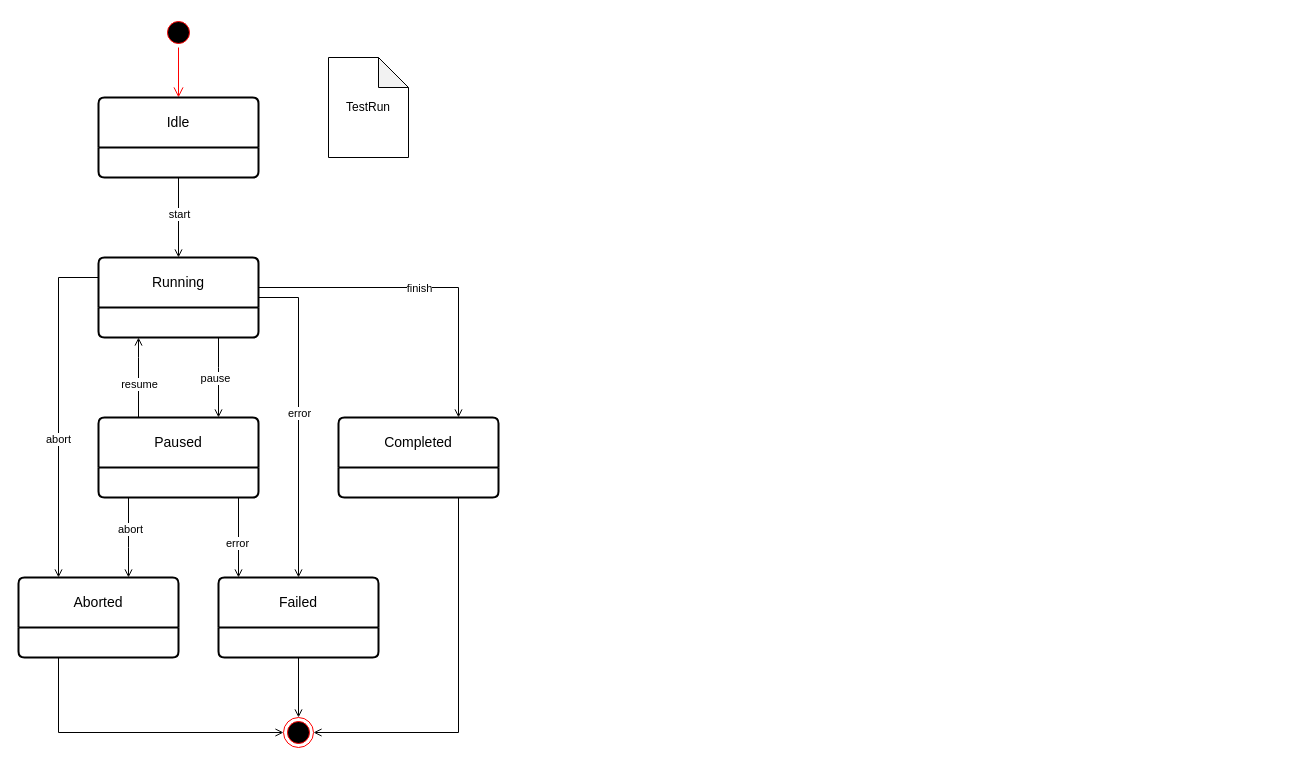
TarkWight/uas-test-system keeps this draw.io diagram as page "ДС" (3 of 3) of docs/diagrams/analytics-artifacts.drawio. Above is the earlier version. Source tidied: cells renumbered, new cells numbered last; positions are measured from the earlier drawing's top-left corner, leaving out a move shared by most shapes. Both pictures are drawn from the tidied source at 100%, with x=0, y=0 at pixel (18, 17).
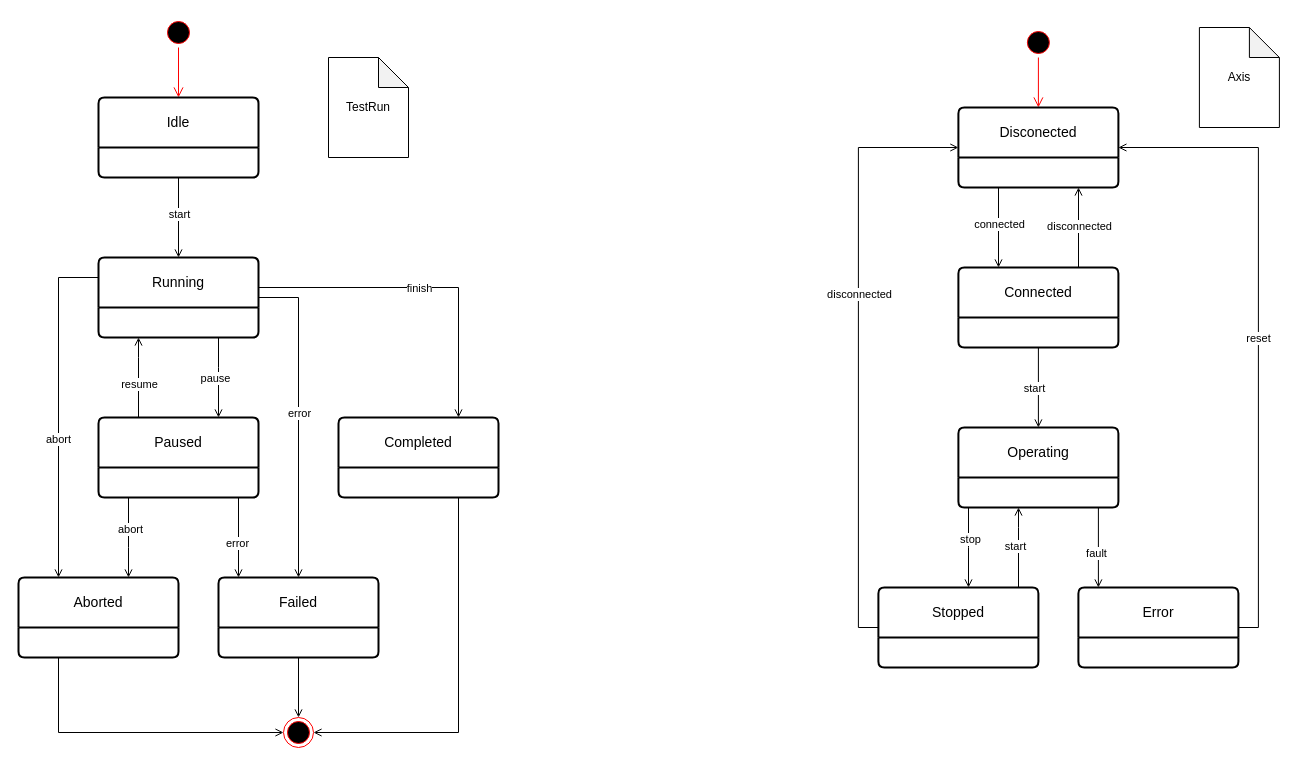
Above is the later version.

Commit message:
? update SD: add Axis statechart diagram implementation

What changed in the source:
```diff
@@
+    <mxCell id="31" style="ellipse;html=1;shape=startState;fillColor=#000000;strokeColor=#ff0000;" parent="1" vertex="1">
+      <mxGeometry x="1004.9" y="10" width="30" height="30" as="geometry" />
+    </mxCell>
+    <mxCell id="32" style="edgeStyle=orthogonalEdgeStyle;html=1;verticalAlign=bottom;endArrow=open;endSize=8;strokeColor=#ff0000;rounded=0;" parent="1" edge="1" source="31" target="35">
+      <mxGeometry relative="1" as="geometry" />
+    </mxCell>
+    <mxCell id="33" style="edgeStyle=orthogonalEdgeStyle;rounded=0;jettySize=auto;html=1;endArrow=open;endFill=0;" parent="1" edge="1" source="35" target="44">
+      <mxGeometry relative="1" as="geometry">
+        <Array as="points">
+          <mxPoint x="980" y="210" />
+          <mxPoint x="980" y="210" />
+        </Array>
+      </mxGeometry>
+    </mxCell>
+    <mxCell id="34" value="connected" style="edgeLabel;html=1;align=center;verticalAlign=middle;" parent="33" vertex="1">
+      <mxGeometry x="-0.1" relative="1" as="geometry" />
+    </mxCell>
+    <mxCell id="35" value="Disconected" style="swimlane;horizontal=1;startSize=50;rounded=1;fontSize=14;fontStyle=0;strokeWidth=2;shadow=0;dashed=0;align=center;arcSize=4;whiteSpace=wrap;html=1;" parent="1" vertex="1">
+      <mxGeometry x="939.9" y="90" width="160" height="80" as="geometry" />
+    </mxCell>
+    <mxCell id="36" style="edgeStyle=orthogonalEdgeStyle;rounded=0;jettySize=auto;html=1;endArrow=open;endFill=0;" parent="1" edge="1" source="44" target="49">
+      <mxGeometry relative="1" as="geometry">
+        <Array as="points">
+          <mxPoint x="1019.9" y="370" />
+          <mxPoint x="1019.9" y="370" />
+        </Array>
+      </mxGeometry>
+    </mxCell>
+    <mxCell id="37" value="start" style="edgeLabel;html=1;align=center;verticalAlign=middle;" parent="36" vertex="1">
+      <mxGeometry y="-4" relative="1" as="geometry" />
+    </mxCell>
+    <mxCell id="38" style="edgeStyle=orthogonalEdgeStyle;rounded=0;jettySize=auto;html=1;endArrow=open;endFill=0;" parent="1" edge="1" source="52" target="35">
+      <mxGeometry relative="1" as="geometry">
+        <Array as="points">
+          <mxPoint x="839.9" y="610" />
+          <mxPoint x="839.9" y="130" />
+        </Array>
+      </mxGeometry>
+    </mxCell>
+    <mxCell id="39" value="disconnected" style="edgeLabel;html=1;align=center;verticalAlign=middle;" parent="38" vertex="1">
+      <mxGeometry x="0.18" y="-1" relative="1" as="geometry" />
+    </mxCell>
+    <mxCell id="40" style="edgeStyle=orthogonalEdgeStyle;rounded=0;jettySize=auto;html=1;endArrow=open;endFill=0;" parent="1" edge="1" source="53" target="35">
+      <mxGeometry relative="1" as="geometry">
+        <Array as="points">
+          <mxPoint x="1239.9" y="610" />
+          <mxPoint x="1239.9" y="130" />
+        </Array>
+      </mxGeometry>
+    </mxCell>
+    <mxCell id="41" value="reset" style="edgeLabel;html=1;align=center;verticalAlign=middle;" parent="40" vertex="1">
+      <mxGeometry x="-0.03" relative="1" as="geometry" />
+    </mxCell>
+    <mxCell id="42" style="edgeStyle=orthogonalEdgeStyle;rounded=0;jettySize=auto;html=1;endArrow=open;endFill=0;" parent="1" edge="1" source="44" target="35">
+      <mxGeometry relative="1" as="geometry">
+        <Array as="points">
+          <mxPoint x="1060" y="210" />
+          <mxPoint x="1060" y="210" />
+        </Array>
+      </mxGeometry>
+    </mxCell>
+    <mxCell id="43" value="disconnected" style="edgeLabel;html=1;align=center;verticalAlign=middle;" parent="42" vertex="1">
+      <mxGeometry x="0.06" relative="1" as="geometry" />
+    </mxCell>
+    <mxCell id="44" value="Connected" style="swimlane;horizontal=1;startSize=50;rounded=1;fontSize=14;fontStyle=0;strokeWidth=2;shadow=0;dashed=0;align=center;arcSize=4;whiteSpace=wrap;html=1;" parent="1" vertex="1">
+      <mxGeometry x="939.9" y="250" width="160" height="80" as="geometry" />
+    </mxCell>
+    <mxCell id="45" style="edgeStyle=orthogonalEdgeStyle;rounded=0;jettySize=auto;html=1;endArrow=open;endFill=0;" parent="1" edge="1" source="49" target="52">
+      <mxGeometry relative="1" as="geometry">
+        <Array as="points">
+          <mxPoint x="950" y="530" />
+          <mxPoint x="950" y="530" />
+        </Array>
+      </mxGeometry>
+    </mxCell>
+    <mxCell id="46" value="stop" style="edgeLabel;html=1;align=center;verticalAlign=middle;" parent="45" vertex="1">
+      <mxGeometry x="-0.22" y="1" relative="1" as="geometry" />
+    </mxCell>
+    <mxCell id="47" style="edgeStyle=orthogonalEdgeStyle;rounded=0;jettySize=auto;html=1;endArrow=open;endFill=0;" parent="1" edge="1" source="49" target="53">
+      <mxGeometry relative="1" as="geometry">
+        <Array as="points">
+          <mxPoint x="1079.9" y="540" />
+          <mxPoint x="1079.9" y="540" />
+        </Array>
+      </mxGeometry>
+    </mxCell>
+    <mxCell id="48" value="fault" style="edgeLabel;html=1;align=center;verticalAlign=middle;" parent="47" vertex="1">
+      <mxGeometry x="0.12" y="-2" relative="1" as="geometry" />
+    </mxCell>
+    <mxCell id="49" value="Operating" style="swimlane;horizontal=1;startSize=50;rounded=1;fontSize=14;fontStyle=0;strokeWidth=2;shadow=0;dashed=0;align=center;arcSize=4;whiteSpace=wrap;html=1;" parent="1" vertex="1">
+      <mxGeometry x="939.9" y="410" width="160" height="80" as="geometry" />
+    </mxCell>
+    <mxCell id="50" style="edgeStyle=orthogonalEdgeStyle;rounded=0;jettySize=auto;html=1;endArrow=open;endFill=0;" parent="1" edge="1" source="52" target="49">
+      <mxGeometry relative="1" as="geometry">
+        <Array as="points">
+          <mxPoint x="1000" y="510" />
+          <mxPoint x="1000" y="510" />
+        </Array>
+      </mxGeometry>
+    </mxCell>
+    <mxCell id="51" value="start" style="edgeLabel;html=1;align=center;verticalAlign=middle;" parent="50" vertex="1">
+      <mxGeometry x="0.05" y="4" relative="1" as="geometry" />
+    </mxCell>
+    <mxCell id="52" value="Stopped" style="swimlane;horizontal=1;startSize=50;rounded=1;fontSize=14;fontStyle=0;strokeWidth=2;shadow=0;dashed=0;align=center;arcSize=4;whiteSpace=wrap;html=1;" parent="1" vertex="1">
+      <mxGeometry x="859.9" y="570" width="160" height="80" as="geometry" />
+    </mxCell>
+    <mxCell id="53" value="Error" style="swimlane;horizontal=1;startSize=50;rounded=1;fontSize=14;fontStyle=0;strokeWidth=2;shadow=0;dashed=0;align=center;arcSize=4;whiteSpace=wrap;html=1;" parent="1" vertex="1">
+      <mxGeometry x="1059.9" y="570" width="160" height="80" as="geometry" />
+    </mxCell>
+    <mxCell id="54" value="Axis" style="shape=note;whiteSpace=wrap;html=1;backgroundOutline=1;darkOpacity=0.05;" parent="1" vertex="1">
+      <mxGeometry x="1180.9" y="10" width="80" height="100" as="geometry" />
+    </mxCell>
```
